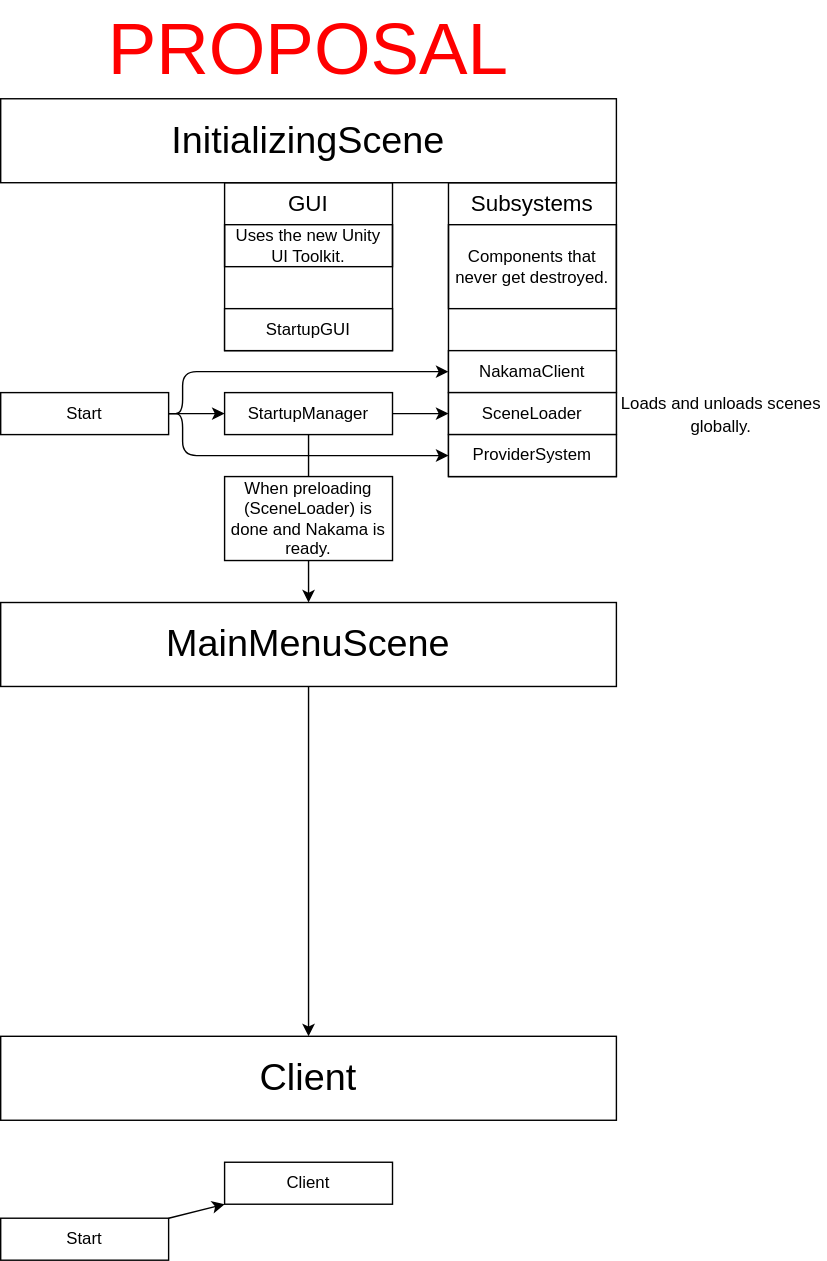
Earlier version of the draw.io export documentation/res/ClientArchitecture.drawio.svg (OpenHellion/openhellion.github.io). Source tidied: cells renumbered, new cells last; positions are measured from the earlier drawing's top-left corner, leaving out a move shared by most shapes.
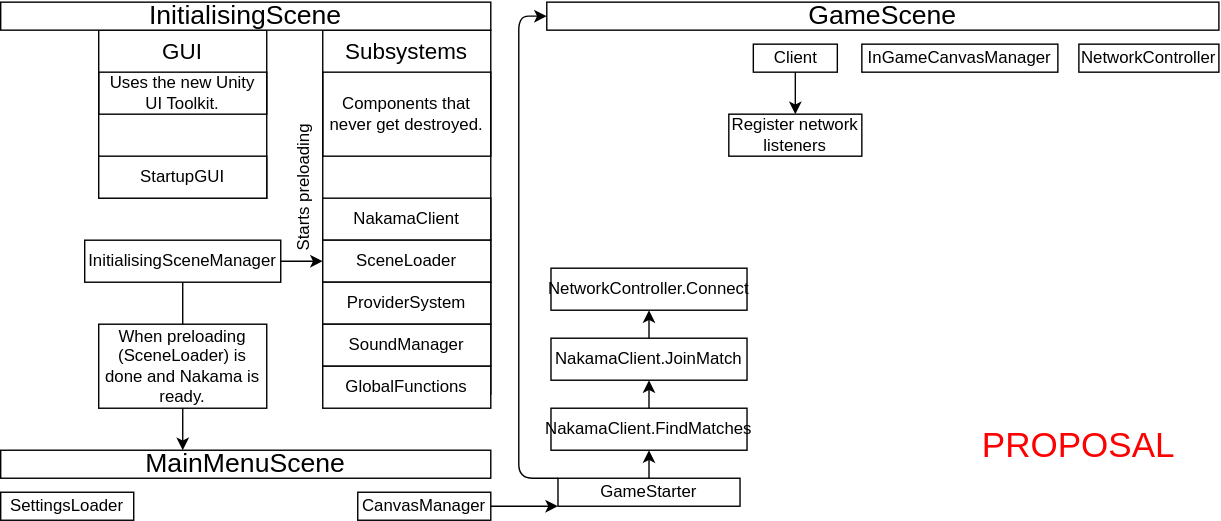
The same diagram one commit later.

Diff of the diagram source:
```diff
@@ -6,7 +6,7 @@
       <mxGeometry x="160" y="130" width="120" height="120" as="geometry" />
     </mxCell>
     <mxCell id="3" style="rounded=0;whiteSpace=wrap;html=1;gradientColor=none;fillStyle=auto;fillColor=none;" parent="1" vertex="1">
-      <mxGeometry x="320" y="130" width="120" height="210" as="geometry" />
+      <mxGeometry x="320" y="130" width="120" height="260" as="geometry" />
     </mxCell>
     <mxCell id="4" value="&lt;div style=&quot;font-size: 18px;&quot;&gt;&lt;font style=&quot;font-size: 16px;&quot;&gt;Subsystems&lt;/font&gt;&lt;/div&gt;" style="text;html=1;strokeColor=none;fillColor=none;align=center;verticalAlign=middle;whiteSpace=wrap;rounded=0;" parent="1" vertex="1">
       <mxGeometry x="320" y="130" width="120" height="30" as="geometry" />
@@ -20,8 +20,8 @@
     <mxCell id="7" value="ProviderSystem" style="rounded=0;whiteSpace=wrap;html=1;" parent="1" vertex="1">
       <mxGeometry x="320" y="310" width="120" height="30" as="geometry" />
     </mxCell>
-    <mxCell id="8" value="&lt;font style=&quot;font-size: 27px;&quot;&gt;InitializingScene&lt;/font&gt;" style="rounded=0;whiteSpace=wrap;html=1;" parent="1" vertex="1">
-      <mxGeometry y="70" width="440" height="60" as="geometry" />
+    <mxCell id="8" value="&lt;font style=&quot;font-size: 19px;&quot;&gt;InitialisingScene&lt;/font&gt;" style="rounded=0;whiteSpace=wrap;html=1;" parent="1" vertex="1">
+      <mxGeometry x="90" y="110" width="350" height="20" as="geometry" />
     </mxCell>
     <mxCell id="9" value="Components that never get destroyed." style="text;html=1;strokeColor=default;fillColor=none;align=center;verticalAlign=middle;whiteSpace=wrap;rounded=0;" parent="1" vertex="1">
       <mxGeometry x="320" y="160" width="120" height="60" as="geometry" />
@@ -29,72 +29,99 @@
     <mxCell id="10" value="StartupGUI" style="rounded=0;whiteSpace=wrap;html=1;" parent="1" vertex="1">
       <mxGeometry x="160" y="220" width="120" height="30" as="geometry" />
     </mxCell>
-    <mxCell id="11" style="edgeStyle=orthogonalEdgeStyle;rounded=0;jettySize=auto;html=1;" parent="1" edge="1" source="13" target="6">
+    <mxCell id="11" style="edgeStyle=none;html=1;entryX=0;entryY=0.5;entryDx=0;entryDy=0;" parent="1" edge="1" source="13" target="6">
       <mxGeometry relative="1" as="geometry" />
     </mxCell>
-    <mxCell id="12" style="edgeStyle=orthogonalEdgeStyle;rounded=1;jettySize=auto;html=1;entryX=0.5;entryY=0;entryDx=0;entryDy=0;startArrow=none;" parent="1" edge="1" source="29" target="15">
-      <mxGeometry relative="1" as="geometry" />
-    </mxCell>
-    <mxCell id="13" value="StartupManager" style="rounded=0;whiteSpace=wrap;html=1;" parent="1" vertex="1">
-      <mxGeometry x="160" y="280" width="120" height="30" as="geometry" />
+    <mxCell id="13" value="InitialisingSceneManager" style="rounded=0;whiteSpace=wrap;html=1;" parent="1" vertex="1">
+      <mxGeometry x="150" y="280" width="140" height="30" as="geometry" />
     </mxCell>
-    <mxCell id="14" style="edgeStyle=none;html=1;entryX=0.5;entryY=0;entryDx=0;entryDy=0;fontSize=52;fontColor=#FF0000;" parent="1" edge="1" source="15" target="22">
-      <mxGeometry relative="1" as="geometry" />
-    </mxCell>
-    <mxCell id="15" value="&lt;font style=&quot;font-size: 27px;&quot;&gt;MainMenuScene&lt;/font&gt;" style="rounded=0;whiteSpace=wrap;html=1;" parent="1" vertex="1">
-      <mxGeometry y="430" width="440" height="60" as="geometry" />
+    <mxCell id="15" value="&lt;font style=&quot;font-size: 19px;&quot;&gt;MainMenuScene&lt;/font&gt;" style="rounded=0;whiteSpace=wrap;html=1;" parent="1" vertex="1">
+      <mxGeometry x="90" y="430" width="350" height="20" as="geometry" />
     </mxCell>
-    <mxCell id="16" style="edgeStyle=orthogonalEdgeStyle;rounded=1;jettySize=auto;html=1;entryX=0;entryY=0.5;entryDx=0;entryDy=0;" parent="1" edge="1" source="19" target="5">
-      <mxGeometry relative="1" as="geometry">
-        <Array as="points">
-          <mxPoint x="130" y="295" />
-          <mxPoint x="130" y="265" />
-        </Array>
-      </mxGeometry>
-    </mxCell>
-    <mxCell id="17" style="edgeStyle=orthogonalEdgeStyle;rounded=1;jettySize=auto;html=1;entryX=0;entryY=0.5;entryDx=0;entryDy=0;" parent="1" edge="1" source="19" target="7">
-      <mxGeometry relative="1" as="geometry">
-        <Array as="points">
-          <mxPoint x="130" y="295" />
-          <mxPoint x="130" y="325" />
-        </Array>
-      </mxGeometry>
-    </mxCell>
-    <mxCell id="18" style="edgeStyle=orthogonalEdgeStyle;rounded=0;jettySize=auto;html=1;" parent="1" edge="1" source="19" target="13">
-      <mxGeometry relative="1" as="geometry" />
-    </mxCell>
-    <mxCell id="19" value="&lt;div&gt;Start&lt;/div&gt;" style="rounded=0;whiteSpace=wrap;html=1;" parent="1" vertex="1">
-      <mxGeometry y="280" width="120" height="30" as="geometry" />
-    </mxCell>
     <mxCell id="20" value="Uses the new Unity UI Toolkit." style="text;html=1;strokeColor=default;fillColor=none;align=center;verticalAlign=middle;whiteSpace=wrap;rounded=0;" parent="1" vertex="1">
       <mxGeometry x="160" y="160" width="120" height="30" as="geometry" />
     </mxCell>
     <mxCell id="21" value="&lt;div style=&quot;font-size: 18px;&quot;&gt;&lt;font style=&quot;font-size: 16px;&quot;&gt;GUI&lt;/font&gt;&lt;/div&gt;" style="text;html=1;strokeColor=none;fillColor=none;align=center;verticalAlign=middle;whiteSpace=wrap;rounded=0;" parent="1" vertex="1">
       <mxGeometry x="160" y="130" width="120" height="30" as="geometry" />
     </mxCell>
-    <mxCell id="22" value="&lt;font style=&quot;font-size: 27px;&quot;&gt;Client&lt;/font&gt;" style="rounded=0;whiteSpace=wrap;html=1;" parent="1" vertex="1">
-      <mxGeometry y="740" width="440" height="60" as="geometry" />
+    <mxCell id="22" value="&lt;font style=&quot;font-size: 19px;&quot;&gt;GameScene&lt;/font&gt;" style="rounded=0;whiteSpace=wrap;html=1;" parent="1" vertex="1">
+      <mxGeometry x="480" y="110" width="480" height="20" as="geometry" />
     </mxCell>
-    <mxCell id="23" value="&lt;font style=&quot;font-size: 52px;&quot; color=&quot;#ff0000&quot;&gt;PROPOSAL&lt;/font&gt;" style="text;html=1;strokeColor=none;fillColor=none;align=center;verticalAlign=middle;whiteSpace=wrap;rounded=0;" parent="1" vertex="1">
-      <mxGeometry x="85" width="270" height="70" as="geometry" />
+    <mxCell id="23" value="&lt;font style=&quot;font-size: 25px;&quot; color=&quot;#ff0000&quot;&gt;PROPOSAL&lt;/font&gt;" style="text;html=1;strokeColor=none;fillColor=none;align=center;verticalAlign=middle;whiteSpace=wrap;rounded=0;" parent="1" vertex="1">
+      <mxGeometry x="790" y="410" width="140" height="30" as="geometry" />
     </mxCell>
-    <mxCell id="24" value="&lt;span style=&quot;font-size: 12px;&quot;&gt;Loads and unloads scenes globally.&lt;/span&gt;" style="text;html=1;strokeColor=none;fillColor=none;align=center;verticalAlign=middle;whiteSpace=wrap;rounded=0;fontSize=14;fontColor=#000000;" parent="1" vertex="1">
-      <mxGeometry x="440" y="280" width="150" height="30" as="geometry" />
-    </mxCell>
-    <mxCell id="25" style="html=1;startArrow=none;startFill=0;" parent="1" edge="1" source="26" target="27">
-      <mxGeometry relative="1" as="geometry" />
-    </mxCell>
-    <mxCell id="26" value="&lt;div&gt;Start&lt;/div&gt;" style="rounded=0;whiteSpace=wrap;html=1;" parent="1" vertex="1">
-      <mxGeometry y="870" width="120" height="30" as="geometry" />
-    </mxCell>
+    <mxCell id="30" style="edgeStyle=none;html=1;exitX=0.5;exitY=1;exitDx=0;exitDy=0;entryX=0.5;entryY=0;entryDx=0;entryDy=0;" parent="1" edge="1" source="27" target="33">
+      <mxGeometry relative="1" as="geometry" />
+    </mxCell>
-    <mxCell id="27" value="&lt;div&gt;Client&lt;/div&gt;" style="rounded=0;whiteSpace=wrap;html=1;" parent="1" vertex="1">
-      <mxGeometry x="160" y="830" width="120" height="30" as="geometry" />
+    <mxCell id="27" value="&lt;div&gt;&lt;font style=&quot;font-size: 12px;&quot;&gt;Client&lt;/font&gt;&lt;/div&gt;" style="rounded=0;whiteSpace=wrap;html=1;" parent="1" vertex="1">
+      <mxGeometry x="627.5" y="140" width="60" height="20" as="geometry" />
     </mxCell>
     <mxCell id="28" style="edgeStyle=orthogonalEdgeStyle;rounded=1;jettySize=auto;html=1;entryX=0.5;entryY=0;entryDx=0;entryDy=0;endArrow=none;" parent="1" edge="1" source="13" target="29">
       <mxGeometry relative="1" as="geometry" />
     </mxCell>
+    <mxCell id="31" style="edgeStyle=orthogonalEdgeStyle;html=1;exitX=0.5;exitY=1;exitDx=0;exitDy=0;" parent="1" edge="1" source="29">
+      <mxGeometry relative="1" as="geometry">
+        <mxPoint x="220" y="430" as="targetPoint" />
+      </mxGeometry>
+    </mxCell>
     <mxCell id="29" value="When preloading (SceneLoader) is done and Nakama is ready." style="rounded=0;whiteSpace=wrap;html=1;" parent="1" vertex="1">
       <mxGeometry x="160" y="340" width="120" height="60" as="geometry" />
     </mxCell>
+    <mxCell id="32" value="&lt;span style=&quot;font-size: 12px;&quot;&gt;Starts preloading&lt;br&gt;&lt;/span&gt;" style="text;html=1;strokeColor=none;fillColor=none;align=center;verticalAlign=middle;whiteSpace=wrap;rounded=0;fontSize=14;fontColor=#000000;rotation=-90;" parent="1" vertex="1">
+      <mxGeometry x="255" y="235" width="100" height="15" as="geometry" />
+    </mxCell>
+    <mxCell id="33" value="&lt;div&gt;&lt;font style=&quot;font-size: 12px;&quot;&gt;Register network listeners&lt;/font&gt;&lt;/div&gt;" style="rounded=0;whiteSpace=wrap;html=1;" parent="1" vertex="1">
+      <mxGeometry x="610" y="190" width="95" height="30" as="geometry" />
+    </mxCell>
+    <mxCell id="34" style="edgeStyle=orthogonalEdgeStyle;html=1;exitX=0;exitY=0;exitDx=0;exitDy=0;entryX=0;entryY=0.5;entryDx=0;entryDy=0;" parent="1" edge="1" source="36" target="22">
+      <mxGeometry relative="1" as="geometry">
+        <Array as="points">
+          <mxPoint x="460" y="450" />
+          <mxPoint x="460" y="120" />
+        </Array>
+      </mxGeometry>
+    </mxCell>
+    <mxCell id="35" style="edgeStyle=orthogonalEdgeStyle;html=1;exitX=0.5;exitY=0;exitDx=0;exitDy=0;entryX=0.5;entryY=1;entryDx=0;entryDy=0;" parent="1" edge="1" source="36" target="38">
+      <mxGeometry relative="1" as="geometry" />
+    </mxCell>
+    <mxCell id="36" value="&lt;font style=&quot;font-size: 12px;&quot;&gt;GameStarter&lt;/font&gt;" style="rounded=0;whiteSpace=wrap;html=1;" parent="1" vertex="1">
+      <mxGeometry x="488" y="450" width="130" height="20" as="geometry" />
+    </mxCell>
+    <mxCell id="37" style="edgeStyle=none;html=1;exitX=0.5;exitY=0;exitDx=0;exitDy=0;entryX=0.5;entryY=1;entryDx=0;entryDy=0;" parent="1" edge="1" source="38" target="41">
+      <mxGeometry relative="1" as="geometry" />
+    </mxCell>
+    <mxCell id="38" value="NakamaClient.FindMatches" style="rounded=0;whiteSpace=wrap;html=1;" parent="1" vertex="1">
+      <mxGeometry x="483" y="400" width="140" height="30" as="geometry" />
+    </mxCell>
+    <mxCell id="39" value="NetworkController.Connect" style="rounded=0;whiteSpace=wrap;html=1;" parent="1" vertex="1">
+      <mxGeometry x="483" y="300" width="140" height="30" as="geometry" />
+    </mxCell>
+    <mxCell id="40" style="edgeStyle=none;html=1;exitX=0.5;exitY=0;exitDx=0;exitDy=0;entryX=0.5;entryY=1;entryDx=0;entryDy=0;" parent="1" edge="1" source="41" target="39">
+      <mxGeometry relative="1" as="geometry" />
+    </mxCell>
+    <mxCell id="41" value="NakamaClient.JoinMatch" style="rounded=0;whiteSpace=wrap;html=1;" parent="1" vertex="1">
+      <mxGeometry x="483" y="350" width="140" height="30" as="geometry" />
+    </mxCell>
+    <mxCell id="42" value="&lt;div&gt;&lt;font style=&quot;font-size: 12px;&quot;&gt;SettingsLoader&lt;/font&gt;&lt;/div&gt;" style="rounded=0;whiteSpace=wrap;html=1;" parent="1" vertex="1">
+      <mxGeometry x="90" y="460" width="95" height="20" as="geometry" />
+    </mxCell>
+    <mxCell id="43" style="edgeStyle=none;html=1;exitX=1;exitY=0.5;exitDx=0;exitDy=0;entryX=0;entryY=1;entryDx=0;entryDy=0;" parent="1" edge="1" source="44" target="36">
+      <mxGeometry relative="1" as="geometry" />
+    </mxCell>
+    <mxCell id="44" value="&lt;div&gt;&lt;font style=&quot;font-size: 12px;&quot;&gt;CanvasManager&lt;/font&gt;&lt;/div&gt;" style="rounded=0;whiteSpace=wrap;html=1;" parent="1" vertex="1">
+      <mxGeometry x="345" y="460" width="95" height="20" as="geometry" />
+    </mxCell>
+    <mxCell id="45" value="&lt;div&gt;&lt;font style=&quot;font-size: 12px;&quot;&gt;InGameCanvasManager&lt;/font&gt;&lt;/div&gt;" style="rounded=0;whiteSpace=wrap;html=1;" parent="1" vertex="1">
+      <mxGeometry x="705" y="140" width="140" height="20" as="geometry" />
+    </mxCell>
+    <mxCell id="46" value="SoundManager" style="rounded=0;whiteSpace=wrap;html=1;" parent="1" vertex="1">
+      <mxGeometry x="320" y="340" width="120" height="30" as="geometry" />
+    </mxCell>
+    <mxCell id="47" value="&lt;div&gt;&lt;font style=&quot;font-size: 12px;&quot;&gt;NetworkController&lt;/font&gt;&lt;/div&gt;" style="rounded=0;whiteSpace=wrap;html=1;" parent="1" vertex="1">
+      <mxGeometry x="860" y="140" width="100" height="20" as="geometry" />
+    </mxCell>
+    <mxCell id="48" value="GlobalFunctions" style="rounded=0;whiteSpace=wrap;html=1;" parent="1" vertex="1">
+      <mxGeometry x="320" y="370" width="120" height="30" as="geometry" />
+    </mxCell>
   </root>
 </mxGraphModel>
```
